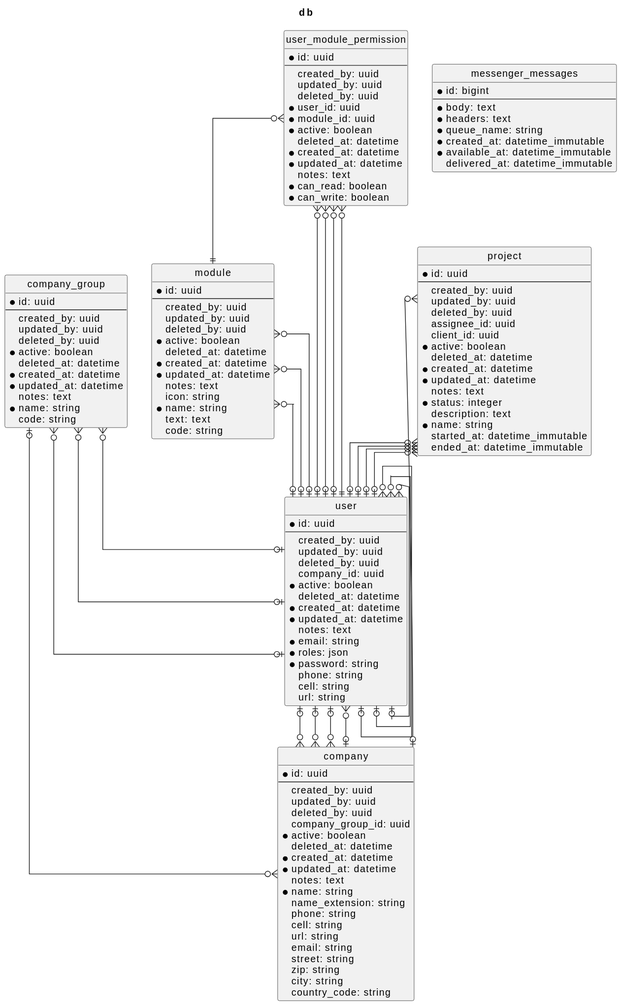
Before: assets/docs/diagram-er.svg, a diagram exported from PlantUML (cschorr/symfony-core-bundle).
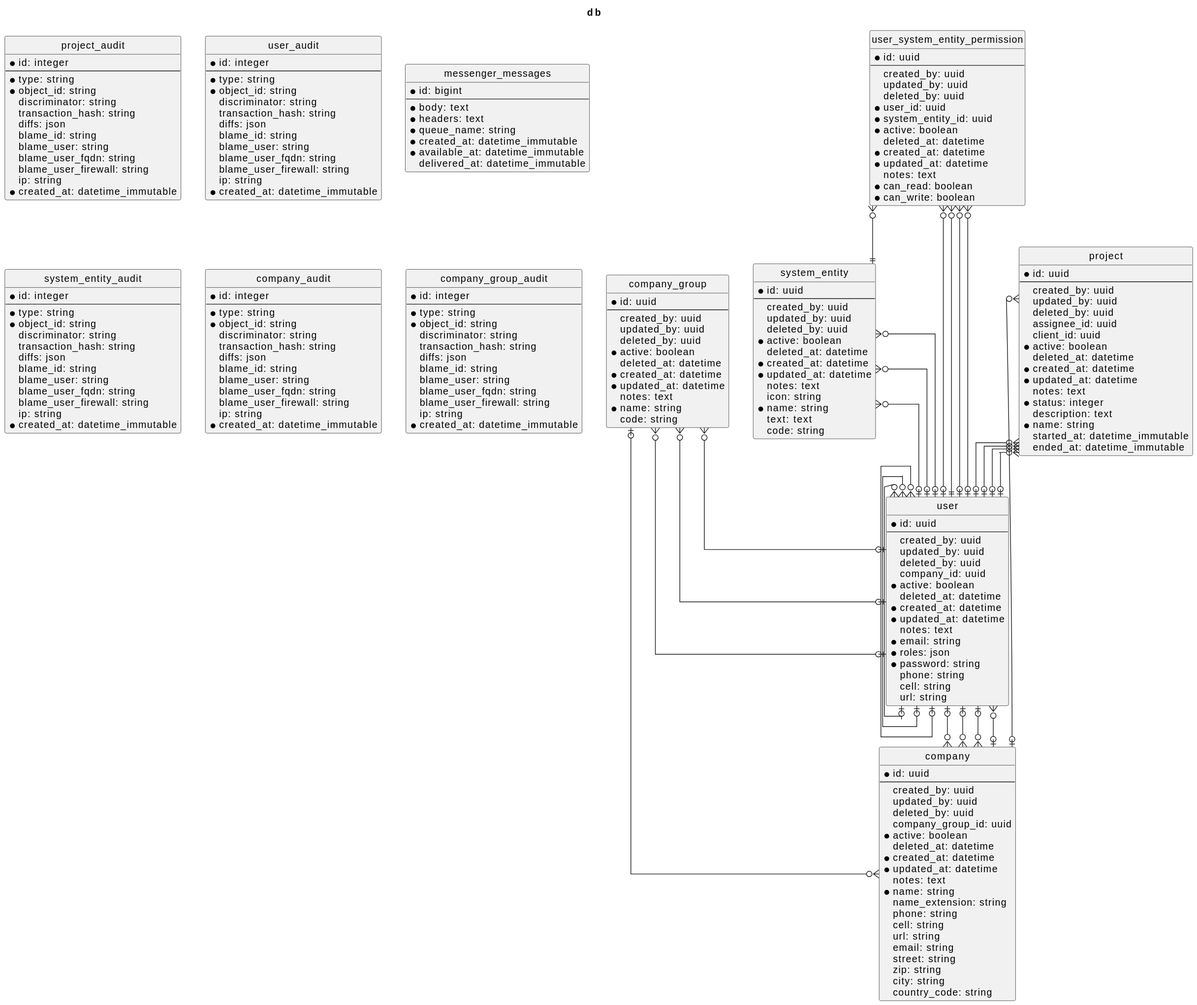
After the change.

Diff of the diagram source:
```diff
@@ -38,21 +38,51 @@
  started_at: datetime_immutable
  ended_at: datetime_immutable
 }
-entity module {
+entity user_system_entity_permission {
 * id: uuid
 --
  created_by: uuid
  updated_by: uuid
  deleted_by: uuid
+* user_id: uuid
+* system_entity_id: uuid
 * active: boolean
  deleted_at: datetime
 * created_at: datetime
 * updated_at: datetime
  notes: text
- icon: string
-* name: string
- text: text
- code: string
+* can_read: boolean
+* can_write: boolean
+}
+entity project_audit {
+* id: integer
+--
+* type: string
+* object_id: string
+ discriminator: string
+ transaction_hash: string
+ diffs: json
+ blame_id: string
+ blame_user: string
+ blame_user_fqdn: string
+ blame_user_firewall: string
+ ip: string
+* created_at: datetime_immutable
+}
+entity user_audit {
+* id: integer
+--
+* type: string
+* object_id: string
+ discriminator: string
+ transaction_hash: string
+ diffs: json
+ blame_id: string
+ blame_user: string
+ blame_user_fqdn: string
+ blame_user_firewall: string
+ ip: string
+* created_at: datetime_immutable
 }
 entity company {
 * id: uuid
@@ -77,6 +107,22 @@
  city: string
  country_code: string
 }
+entity system_entity {
+* id: uuid
+--
+ created_by: uuid
+ updated_by: uuid
+ deleted_by: uuid
+* active: boolean
+ deleted_at: datetime
+* created_at: datetime
+* updated_at: datetime
+ notes: text
+ icon: string
+* name: string
+ text: text
+ code: string
+}
 entity messenger_messages {
 * id: bigint
 --
@@ -87,21 +133,50 @@
 * available_at: datetime_immutable
  delivered_at: datetime_immutable
 }
-entity user_module_permission {
-* id: uuid
+entity system_entity_audit {
+* id: integer
 --
- created_by: uuid
- updated_by: uuid
- deleted_by: uuid
-* user_id: uuid
-* module_id: uuid
-* active: boolean
- deleted_at: datetime
-* created_at: datetime
-* updated_at: datetime
- notes: text
-* can_read: boolean
-* can_write: boolean
+* type: string
+* object_id: string
+ discriminator: string
+ transaction_hash: string
+ diffs: json
+ blame_id: string
+ blame_user: string
+ blame_user_fqdn: string
+ blame_user_firewall: string
+ ip: string
+* created_at: datetime_immutable
+}
+entity company_audit {
+* id: integer
+--
+* type: string
+* object_id: string
+ discriminator: string
+ transaction_hash: string
+ diffs: json
+ blame_id: string
+ blame_user: string
+ blame_user_fqdn: string
+ blame_user_firewall: string
+ ip: string
+* created_at: datetime_immutable
+}
+entity company_group_audit {
+* id: integer
+--
+* type: string
+* object_id: string
+ discriminator: string
+ transaction_hash: string
+ diffs: json
+ blame_id: string
+ blame_user: string
+ blame_user_fqdn: string
+ blame_user_firewall: string
+ ip: string
+* created_at: datetime_immutable
 }
 entity user {
 * id: uuid
@@ -127,23 +202,23 @@
 company_group }o--o| user
 project }o--o| user
 project }o--o| user
+project }o--o| user
 project }o--o| company
 project }o--o| user
-project }o--o| user
-module }o--o| user
-module }o--o| user
-module }o--o| user
+user_system_entity_permission }o--o| user
+user_system_entity_permission }o--|| user
+user_system_entity_permission }o--o| user
+user_system_entity_permission }o--o| user
+user_system_entity_permission }o--|| system_entity
 company }o--o| user
 company }o--o| user
 company }o--o| user
 company }o--o| company_group
-user_module_permission }o--o| user
-user_module_permission }o--|| module
-user_module_permission }o--o| user
-user_module_permission }o--o| user
-user_module_permission }o--|| user
+system_entity }o--o| user
+system_entity }o--o| user
+system_entity }o--o| user
+user }o--o| user
+user }o--o| user
 user }o--o| user
 user }o--o| company
-user }o--o| user
-user }o--o| user
 @enduml
```
